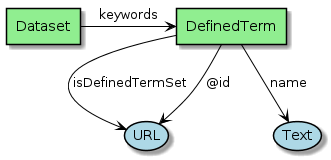
The PlantUML diagram series/diagrams/DefinedTerm.png in eovoc/eo-on-schema.org, before a commit.
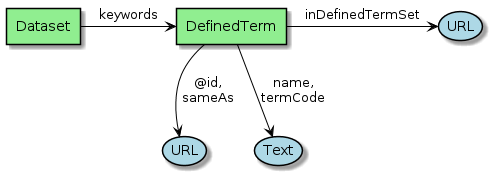
Later version of the same file.

What changed in the source:
```diff
@@ -21,7 +21,7 @@
 Dataset -right-> DefinedTerm : "keywords"
 
 
-DefinedTerm --> (Text) : "name"
-DefinedTerm --> (URL) : "@id"
-DefinedTerm -right-> (URL) : "isDefinedTermSet"
+DefinedTerm --> (URL) : "@id,\nsameAs"
+DefinedTerm --> (Text) : "name,\ntermCode"
+DefinedTerm -right-> (URL ) : "inDefinedTermSet"
 @enduml
```
